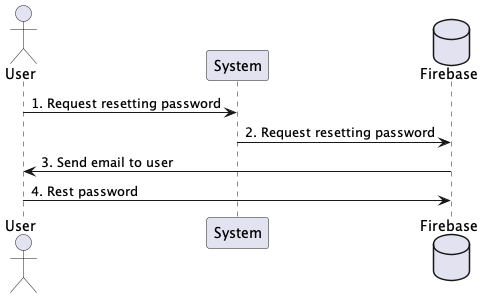
Earlier version of the PlantUML export sequences_diagram/seqeunce05.png (HobbyHive/hobby-hive-uml).
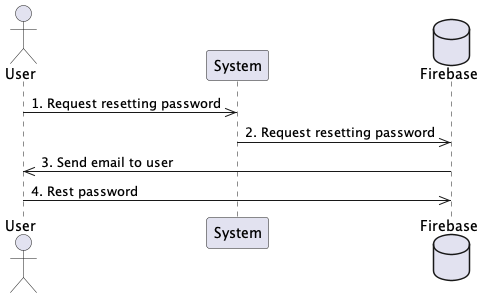
The same diagram one commit later.

Change to the diagram source:
```diff
@@ -4,9 +4,9 @@
 participant "System" as S
 database "Firebase" as F
 
-U -> S: 1. Request resetting password
-S -> F: 2. Request resetting password
-F -> U: 3. Send email to user
-U -> F: 4. Rest password
+U ->> S: 1. Request resetting password
+S ->> F: 2. Request resetting password
+F ->> U: 3. Send email to user
+U ->> F: 4. Rest password
 
 @enduml
```
